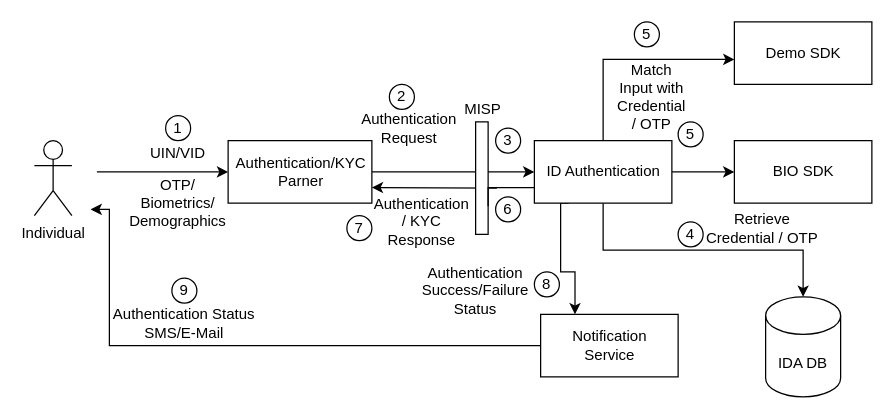
This is docs/_images/authentication-flow.drawio from mosip/documentation, a draw.io file, before an edit. Source tidied: cells renumbered, new cells numbered last; positions are measured from the earlier drawing's top-left corner, leaving out a move shared by most shapes. Both pictures are drawn from the tidied source at 125%, with x=0, y=0 at pixel (34, 21).
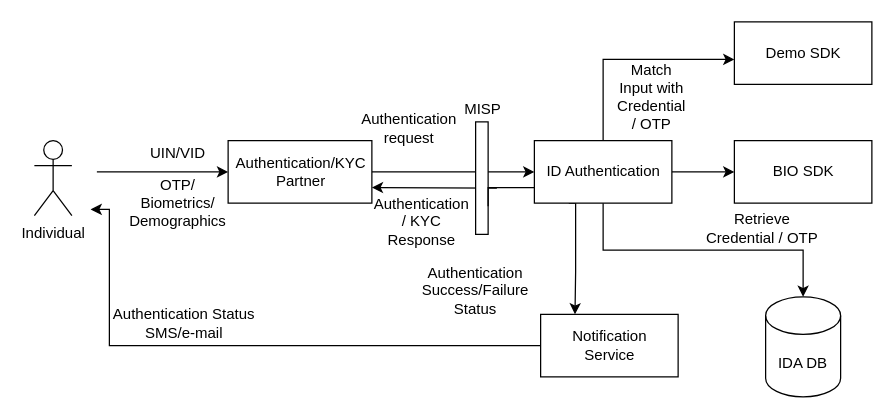
The same page after the edit.

Unchanged cells that the change refers to:
```xml
<mxCell id="11" value="ID Authentication" style="html=1;" parent="1" vertex="1">
  <mxGeometry x="400" y="95" width="110" height="50" as="geometry" />
</mxCell>
<mxCell id="16" value="Notification&lt;br&gt;Service" style="html=1;" parent="1" vertex="1">
  <mxGeometry x="405" y="234" width="110" height="50" as="geometry" />
</mxCell>
```

Change to the diagram source:
```diff
@@
-    <mxCell id="5" value="Authentication/KYC &lt;br&gt;Parner" style="html=1;" parent="1" vertex="1">
+    <mxCell id="5" value="Authentication/KYC &lt;br&gt;Partner" style="html=1;" parent="1" vertex="1">
       <mxGeometry x="155" y="95" width="115" height="50" as="geometry" />
     </mxCell>
@@
     <mxCell id="9" style="edgeStyle=orthogonalEdgeStyle;rounded=0;jettySize=auto;html=1;exitX=0.25;exitY=1;exitDx=0;exitDy=0;entryX=0.25;entryY=0;entryDx=0;entryDy=0;" parent="1" edge="1" source="11" target="16">
       <mxGeometry relative="1" as="geometry">
         <Array as="points">
-          <mxPoint x="421" y="145" />
-          <mxPoint x="421" y="200" />
+          <mxPoint x="433" y="145" />
           <mxPoint x="433" y="200" />
         </Array>
       </mxGeometry>
     </mxCell>
@@
-    <mxCell id="19" value="Authentication&lt;br&gt;Request" style="text;html=1;strokeColor=none;fillColor=none;align=center;verticalAlign=middle;whiteSpace=wrap;rounded=0;" parent="1" vertex="1">
+    <mxCell id="19" value="Authentication&lt;br&gt;request" style="text;html=1;strokeColor=none;fillColor=none;align=center;verticalAlign=middle;whiteSpace=wrap;rounded=0;" parent="1" vertex="1">
       <mxGeometry x="270" y="70" width="60" height="30" as="geometry" />
     </mxCell>
@@
-    <mxCell id="21" value="Authentication Status SMS/E-Mail" style="text;html=1;strokeColor=none;fillColor=none;align=center;verticalAlign=middle;whiteSpace=wrap;rounded=0;" parent="1" vertex="1">
+    <mxCell id="21" value="Authentication Status SMS/e-mail" style="text;html=1;strokeColor=none;fillColor=none;align=center;verticalAlign=middle;whiteSpace=wrap;rounded=0;" parent="1" vertex="1">
       <mxGeometry x="60" y="226" width="120" height="30" as="geometry" />
     </mxCell>
@@
-    <mxCell id="25" value="1" style="ellipse;whiteSpace=wrap;html=1;" parent="1" vertex="1">
-      <mxGeometry x="105" y="75" width="20" height="20" as="geometry" />
-    </mxCell>
-    <mxCell id="26" value="2" style="ellipse;whiteSpace=wrap;html=1;" parent="1" vertex="1">
-      <mxGeometry x="284" y="50" width="20" height="20" as="geometry" />
-    </mxCell>
-    <mxCell id="27" value="3" style="ellipse;whiteSpace=wrap;html=1;" parent="1" vertex="1">
-      <mxGeometry x="369" y="85" width="20" height="20" as="geometry" />
-    </mxCell>
-    <mxCell id="28" value="5" style="ellipse;whiteSpace=wrap;html=1;" parent="1" vertex="1">
-      <mxGeometry x="515" y="80" width="20" height="20" as="geometry" />
-    </mxCell>
-    <mxCell id="29" value="5" style="ellipse;whiteSpace=wrap;html=1;" parent="1" vertex="1">
-      <mxGeometry x="480" width="20" height="20" as="geometry" />
-    </mxCell>
-    <mxCell id="30" value="4" style="ellipse;whiteSpace=wrap;html=1;" parent="1" vertex="1">
-      <mxGeometry x="515" y="160" width="20" height="20" as="geometry" />
-    </mxCell>
@@
-    <mxCell id="33" value="6" style="ellipse;whiteSpace=wrap;html=1;" parent="1" vertex="1">
-      <mxGeometry x="369" y="140" width="20" height="20" as="geometry" />
-    </mxCell>
-    <mxCell id="34" value="7" style="ellipse;whiteSpace=wrap;html=1;" parent="1" vertex="1">
-      <mxGeometry x="250" y="155" width="20" height="20" as="geometry" />
-    </mxCell>
-    <mxCell id="35" value="8" style="ellipse;whiteSpace=wrap;html=1;" parent="1" vertex="1">
-      <mxGeometry x="400" y="200" width="20" height="20" as="geometry" />
-    </mxCell>
@@
-    <mxCell id="37" value="9" style="ellipse;whiteSpace=wrap;html=1;" parent="1" vertex="1">
-      <mxGeometry x="110" y="205" width="20" height="20" as="geometry" />
-    </mxCell>
```
